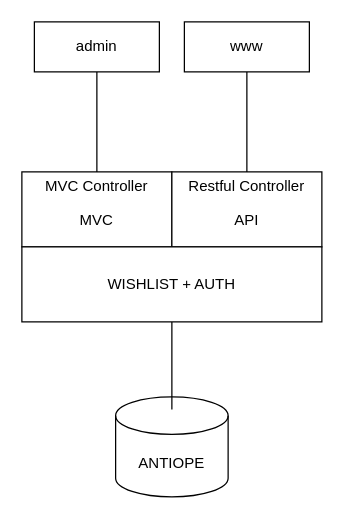
This is page "Page-1" (1 of 2) of Wishlist.drawio from haclong/drawings, a draw.io file, before an edit. Source tidied: cells renumbered, new cells numbered last; positions are measured from the earlier drawing's top-left corner, leaving out a move shared by most shapes. Both pictures are drawn from the tidied source at 125%, with x=0, y=0 at pixel (21, 21).
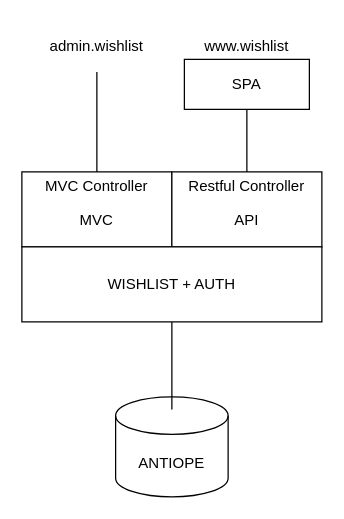
The same page after the edit.

The edit, as a diff of the source:
```diff
@@
 <mxGraphModel>
   <root>
     <mxCell id="0" />
     <mxCell id="1" parent="0" />
     <mxCell id="2" value="MVC" style="rounded=0;whiteSpace=wrap;html=1;verticalAlign=bottom;spacingBottom=12;" parent="1" vertex="1">
       <mxGeometry y="120" width="120" height="60" as="geometry" />
     </mxCell>
     <mxCell id="3" value="API" style="rounded=0;whiteSpace=wrap;html=1;verticalAlign=bottom;spacingBottom=12;" parent="1" vertex="1">
       <mxGeometry x="120" y="120" width="120" height="60" as="geometry" />
     </mxCell>
     <mxCell id="4" value="WISHLIST + AUTH" style="rounded=0;whiteSpace=wrap;html=1;" parent="1" vertex="1">
       <mxGeometry y="180" width="240" height="60" as="geometry" />
     </mxCell>
     <mxCell id="5" value="ANTIOPE" style="shape=cylinder3;whiteSpace=wrap;html=1;boundedLbl=1;backgroundOutline=1;size=15;" parent="1" vertex="1">
       <mxGeometry x="75" y="300" width="90" height="80" as="geometry" />
     </mxCell>
     <mxCell id="6" style="endArrow=none;html=1;rounded=0;exitX=0.5;exitY=0.125;exitDx=0;exitDy=0;exitPerimeter=0;entryX=0.5;entryY=1;entryDx=0;entryDy=0;" parent="1" edge="1" source="5" target="4">
       <mxGeometry relative="1" as="geometry" />
     </mxCell>
-    <mxCell id="7" value="admin" style="rounded=0;whiteSpace=wrap;html=1;" parent="1" vertex="1">
-      <mxGeometry x="10" width="100" height="40" as="geometry" />
-    </mxCell>
-    <mxCell id="8" value="www" style="rounded=0;whiteSpace=wrap;html=1;" parent="1" vertex="1">
-      <mxGeometry x="130" width="100" height="40" as="geometry" />
+    <mxCell id="8" value="SPA" style="rounded=0;whiteSpace=wrap;html=1;" parent="1" vertex="1">
+      <mxGeometry x="130" y="30" width="100" height="40" as="geometry" />
     </mxCell>
     <mxCell id="9" style="endArrow=none;html=1;rounded=0;entryX=0.5;entryY=1;entryDx=0;entryDy=0;exitX=0.5;exitY=0;exitDx=0;exitDy=0;" parent="1" edge="1" source="3" target="8">
       <mxGeometry relative="1" as="geometry" />
     </mxCell>
-    <mxCell id="10" style="endArrow=none;html=1;rounded=0;exitX=0.5;exitY=1;exitDx=0;exitDy=0;entryX=0.5;entryY=0;entryDx=0;entryDy=0;" parent="1" edge="1" source="7" target="2">
-      <mxGeometry relative="1" as="geometry" />
+    <mxCell id="10" style="endArrow=none;html=1;rounded=0;exitX=0.5;exitY=1;exitDx=0;exitDy=0;entryX=0.5;entryY=0;entryDx=0;entryDy=0;" parent="1" edge="1" target="2">
+      <mxGeometry relative="1" as="geometry">
+        <mxPoint x="60" y="40" as="sourcePoint" />
+      </mxGeometry>
     </mxCell>
     <mxCell id="11" value="MVC Controller" style="text;html=1;strokeColor=none;fillColor=none;align=center;verticalAlign=middle;whiteSpace=wrap;rounded=0;" parent="1" vertex="1">
       <mxGeometry x="5" y="117" width="110" height="30" as="geometry" />
     </mxCell>
     <mxCell id="12" value="Restful Controller" style="text;html=1;strokeColor=none;fillColor=none;align=center;verticalAlign=middle;whiteSpace=wrap;rounded=0;" parent="1" vertex="1">
       <mxGeometry x="125" y="117" width="110" height="30" as="geometry" />
     </mxCell>
+    <mxCell id="13" value="admin.wishlist" style="text;html=1;strokeColor=none;fillColor=none;align=center;verticalAlign=middle;whiteSpace=wrap;rounded=0;" parent="1" vertex="1">
+      <mxGeometry x="10" y="5" width="100" height="30" as="geometry" />
+    </mxCell>
+    <mxCell id="14" value="www.wishlist" style="text;html=1;strokeColor=none;fillColor=none;align=center;verticalAlign=middle;whiteSpace=wrap;rounded=0;" parent="1" vertex="1">
+      <mxGeometry x="130" y="5" width="100" height="30" as="geometry" />
+    </mxCell>
   </root>
 </mxGraphModel>
```
